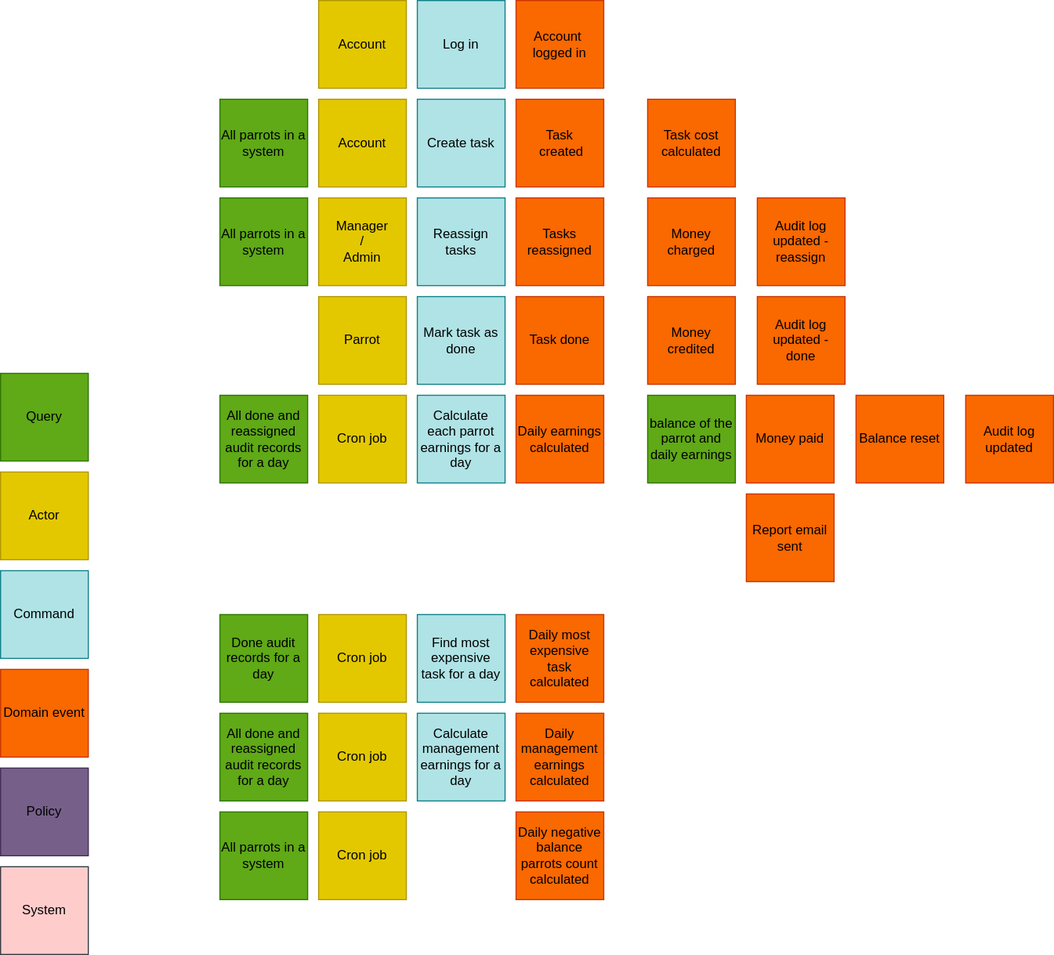
Above: diagrams/actors_commands.svg in stroykova/aTES (draw.io), before the change. Source tidied: cells renumbered, new cells last; positions are measured from the earlier drawing's top-left corner, leaving out a move shared by most shapes.
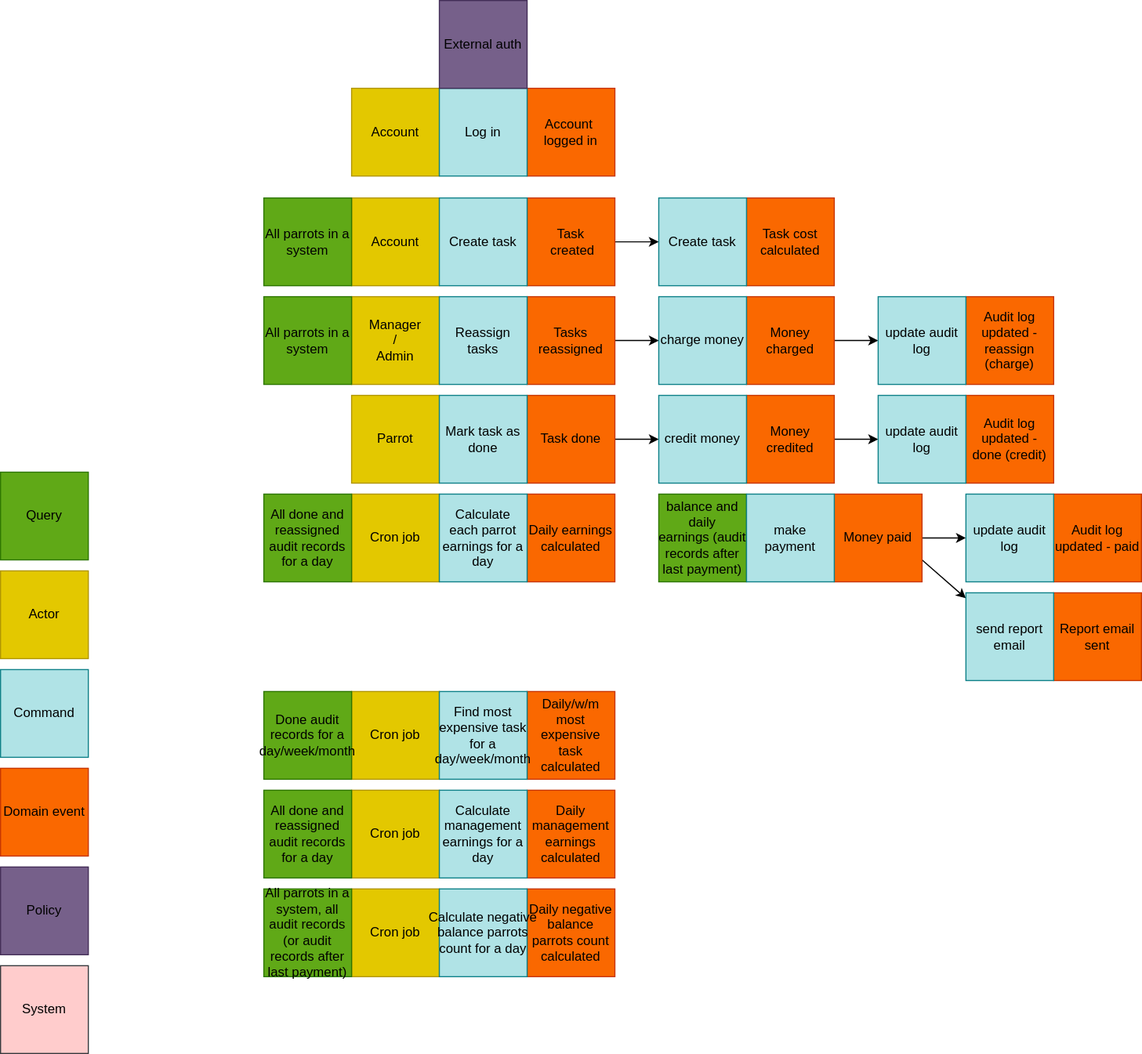
Above is the later version.

Commit message:
actors and commands diagram

Change to the diagram source:
```diff
@@ -21,121 +21,169 @@
       <mxGeometry y="790" width="80" height="80" as="geometry" />
     </mxCell>
     <mxCell id="8" value="Account&amp;nbsp; logged in" style="whiteSpace=wrap;html=1;fontColor=#000000;fillColor=#fa6800;strokeColor=#C73500;" parent="1" vertex="1">
-      <mxGeometry x="470" width="80" height="80" as="geometry" />
+      <mxGeometry x="480" y="-10" width="80" height="80" as="geometry" />
     </mxCell>
+    <mxCell id="47" style="edgeStyle=none;html=1;" parent="1" edge="1" source="9" target="56">
+      <mxGeometry relative="1" as="geometry" />
+    </mxCell>
     <mxCell id="9" value="Task&lt;br&gt;&amp;nbsp;created" style="whiteSpace=wrap;html=1;fontColor=#000000;fillColor=#fa6800;strokeColor=#C73500;" parent="1" vertex="1">
-      <mxGeometry x="470" y="90" width="80" height="80" as="geometry" />
+      <mxGeometry x="480" y="90" width="80" height="80" as="geometry" />
     </mxCell>
+    <mxCell id="48" style="edgeStyle=none;html=1;" parent="1" edge="1" source="10" target="57">
+      <mxGeometry relative="1" as="geometry" />
+    </mxCell>
     <mxCell id="10" value="Tasks reassigned" style="whiteSpace=wrap;html=1;fontColor=#000000;fillColor=#fa6800;strokeColor=#C73500;" parent="1" vertex="1">
-      <mxGeometry x="470" y="180" width="80" height="80" as="geometry" />
+      <mxGeometry x="480" y="180" width="80" height="80" as="geometry" />
     </mxCell>
+    <mxCell id="49" style="edgeStyle=none;html=1;" parent="1" edge="1" source="11" target="59">
+      <mxGeometry relative="1" as="geometry" />
+    </mxCell>
     <mxCell id="11" value="Task done" style="whiteSpace=wrap;html=1;fontColor=#000000;fillColor=#fa6800;strokeColor=#C73500;" parent="1" vertex="1">
-      <mxGeometry x="470" y="270" width="80" height="80" as="geometry" />
+      <mxGeometry x="480" y="270" width="80" height="80" as="geometry" />
     </mxCell>
     <mxCell id="12" value="Task cost calculated" style="whiteSpace=wrap;html=1;fontColor=#000000;fillColor=#fa6800;strokeColor=#C73500;" parent="1" vertex="1">
-      <mxGeometry x="590" y="90" width="80" height="80" as="geometry" />
+      <mxGeometry x="680" y="90" width="80" height="80" as="geometry" />
     </mxCell>
+    <mxCell id="50" style="edgeStyle=none;html=1;" parent="1" edge="1" source="13" target="58">
+      <mxGeometry relative="1" as="geometry" />
+    </mxCell>
     <mxCell id="13" value="Money charged" style="whiteSpace=wrap;html=1;fontColor=#000000;fillColor=#fa6800;strokeColor=#C73500;" parent="1" vertex="1">
-      <mxGeometry x="590" y="180" width="80" height="80" as="geometry" />
+      <mxGeometry x="680" y="180" width="80" height="80" as="geometry" />
     </mxCell>
+    <mxCell id="51" style="edgeStyle=none;html=1;" parent="1" edge="1" source="14" target="60">
+      <mxGeometry relative="1" as="geometry" />
+    </mxCell>
     <mxCell id="14" value="Money credited" style="whiteSpace=wrap;html=1;fontColor=#000000;fillColor=#fa6800;strokeColor=#C73500;" parent="1" vertex="1">
-      <mxGeometry x="590" y="270" width="80" height="80" as="geometry" />
+      <mxGeometry x="680" y="270" width="80" height="80" as="geometry" />
     </mxCell>
     <mxCell id="15" value="Daily earnings calculated" style="whiteSpace=wrap;html=1;fontColor=#000000;fillColor=#fa6800;strokeColor=#C73500;" parent="1" vertex="1">
-      <mxGeometry x="470" y="360" width="80" height="80" as="geometry" />
+      <mxGeometry x="480" y="360" width="80" height="80" as="geometry" />
     </mxCell>
     <mxCell id="16" value="Report email sent" style="whiteSpace=wrap;html=1;fontColor=#000000;fillColor=#fa6800;strokeColor=#C73500;" parent="1" vertex="1">
-      <mxGeometry x="680" y="450" width="80" height="80" as="geometry" />
+      <mxGeometry x="960" y="450" width="80" height="80" as="geometry" />
     </mxCell>
-    <mxCell id="17" value="Balance reset" style="whiteSpace=wrap;html=1;fontColor=#000000;fillColor=#fa6800;strokeColor=#C73500;" parent="1" vertex="1">
-      <mxGeometry x="780" y="360" width="80" height="80" as="geometry" />
-    </mxCell>
+    <mxCell id="52" style="edgeStyle=none;html=1;" parent="1" edge="1" source="18" target="62">
+      <mxGeometry relative="1" as="geometry" />
+    </mxCell>
+    <mxCell id="53" style="edgeStyle=none;html=1;exitX=1;exitY=0.75;exitDx=0;exitDy=0;" parent="1" edge="1" source="18" target="63">
+      <mxGeometry relative="1" as="geometry" />
+    </mxCell>
     <mxCell id="18" value="Money paid" style="whiteSpace=wrap;html=1;fontColor=#000000;fillColor=#fa6800;strokeColor=#C73500;" parent="1" vertex="1">
-      <mxGeometry x="680" y="360" width="80" height="80" as="geometry" />
+      <mxGeometry x="760" y="360" width="80" height="80" as="geometry" />
     </mxCell>
-    <mxCell id="19" value="Audit log updated" style="whiteSpace=wrap;html=1;fontColor=#000000;fillColor=#fa6800;strokeColor=#C73500;" parent="1" vertex="1">
-      <mxGeometry x="880" y="360" width="80" height="80" as="geometry" />
+    <mxCell id="19" value="Audit log updated - paid" style="whiteSpace=wrap;html=1;fontColor=#000000;fillColor=#fa6800;strokeColor=#C73500;" parent="1" vertex="1">
+      <mxGeometry x="960" y="360" width="80" height="80" as="geometry" />
     </mxCell>
     <mxCell id="20" value="Daily management earnings calculated" style="whiteSpace=wrap;html=1;fontColor=#000000;fillColor=#fa6800;strokeColor=#C73500;" parent="1" vertex="1">
-      <mxGeometry x="470" y="650" width="80" height="80" as="geometry" />
+      <mxGeometry x="480" y="630" width="80" height="80" as="geometry" />
     </mxCell>
     <mxCell id="21" value="Daily negative balance parrots count calculated" style="whiteSpace=wrap;html=1;fontColor=#000000;fillColor=#fa6800;strokeColor=#C73500;" parent="1" vertex="1">
-      <mxGeometry x="470" y="740" width="80" height="80" as="geometry" />
+      <mxGeometry x="480" y="720" width="80" height="80" as="geometry" />
     </mxCell>
-    <mxCell id="22" value="Daily most expensive task calculated" style="whiteSpace=wrap;html=1;fontColor=#000000;fillColor=#fa6800;strokeColor=#C73500;" parent="1" vertex="1">
-      <mxGeometry x="470" y="560" width="80" height="80" as="geometry" />
+    <mxCell id="22" value="Daily/w/m most expensive task calculated" style="whiteSpace=wrap;html=1;fontColor=#000000;fillColor=#fa6800;strokeColor=#C73500;" parent="1" vertex="1">
+      <mxGeometry x="480" y="540" width="80" height="80" as="geometry" />
     </mxCell>
     <mxCell id="23" value="Account" style="whiteSpace=wrap;html=1;fillColor=#e3c800;fontColor=#000000;strokeColor=#B09500;" parent="1" vertex="1">
-      <mxGeometry x="290" width="80" height="80" as="geometry" />
+      <mxGeometry x="320" y="-10" width="80" height="80" as="geometry" />
     </mxCell>
     <mxCell id="24" value="&lt;font color=&quot;#000000&quot;&gt;Log in&lt;/font&gt;" style="whiteSpace=wrap;html=1;fillColor=#b0e3e6;strokeColor=#0e8088;" parent="1" vertex="1">
-      <mxGeometry x="380" width="80" height="80" as="geometry" />
+      <mxGeometry x="400" y="-10" width="80" height="80" as="geometry" />
     </mxCell>
     <mxCell id="25" value="Account" style="whiteSpace=wrap;html=1;fillColor=#e3c800;fontColor=#000000;strokeColor=#B09500;" parent="1" vertex="1">
-      <mxGeometry x="290" y="90" width="80" height="80" as="geometry" />
+      <mxGeometry x="320" y="90" width="80" height="80" as="geometry" />
     </mxCell>
     <mxCell id="26" value="&lt;font color=&quot;#000000&quot;&gt;Create task&lt;/font&gt;" style="whiteSpace=wrap;html=1;fillColor=#b0e3e6;strokeColor=#0e8088;" parent="1" vertex="1">
-      <mxGeometry x="380" y="90" width="80" height="80" as="geometry" />
+      <mxGeometry x="400" y="90" width="80" height="80" as="geometry" />
     </mxCell>
     <mxCell id="27" value="&lt;font color=&quot;#000000&quot;&gt;All parrots in a system&lt;/font&gt;" style="whiteSpace=wrap;html=1;fillColor=#60a917;fontColor=#ffffff;strokeColor=#2D7600;" parent="1" vertex="1">
-      <mxGeometry x="200" y="90" width="80" height="80" as="geometry" />
+      <mxGeometry x="240" y="90" width="80" height="80" as="geometry" />
     </mxCell>
     <mxCell id="28" value="Manager&lt;br&gt;/&lt;br&gt;Admin" style="whiteSpace=wrap;html=1;fillColor=#e3c800;fontColor=#000000;strokeColor=#B09500;" parent="1" vertex="1">
-      <mxGeometry x="290" y="180" width="80" height="80" as="geometry" />
+      <mxGeometry x="320" y="180" width="80" height="80" as="geometry" />
     </mxCell>
     <mxCell id="29" value="&lt;font color=&quot;#000000&quot;&gt;Reassign tasks&lt;/font&gt;" style="whiteSpace=wrap;html=1;fillColor=#b0e3e6;strokeColor=#0e8088;" parent="1" vertex="1">
-      <mxGeometry x="380" y="180" width="80" height="80" as="geometry" />
+      <mxGeometry x="400" y="180" width="80" height="80" as="geometry" />
     </mxCell>
     <mxCell id="30" value="&lt;font color=&quot;#000000&quot;&gt;All parrots in a system&lt;/font&gt;" style="whiteSpace=wrap;html=1;fillColor=#60a917;fontColor=#ffffff;strokeColor=#2D7600;" parent="1" vertex="1">
-      <mxGeometry x="200" y="180" width="80" height="80" as="geometry" />
+      <mxGeometry x="240" y="180" width="80" height="80" as="geometry" />
     </mxCell>
     <mxCell id="31" value="Parrot" style="whiteSpace=wrap;html=1;fillColor=#e3c800;fontColor=#000000;strokeColor=#B09500;" parent="1" vertex="1">
-      <mxGeometry x="290" y="270" width="80" height="80" as="geometry" />
+      <mxGeometry x="320" y="270" width="80" height="80" as="geometry" />
     </mxCell>
     <mxCell id="32" value="&lt;font color=&quot;#000000&quot;&gt;Mark task as done&lt;/font&gt;" style="whiteSpace=wrap;html=1;fillColor=#b0e3e6;strokeColor=#0e8088;" parent="1" vertex="1">
-      <mxGeometry x="380" y="270" width="80" height="80" as="geometry" />
+      <mxGeometry x="400" y="270" width="80" height="80" as="geometry" />
     </mxCell>
-    <mxCell id="33" value="Audit log updated - reassign" style="whiteSpace=wrap;html=1;fontColor=#000000;fillColor=#fa6800;strokeColor=#C73500;" parent="1" vertex="1">
-      <mxGeometry x="690" y="180" width="80" height="80" as="geometry" />
+    <mxCell id="33" value="Audit log updated - reassign (charge)" style="whiteSpace=wrap;html=1;fontColor=#000000;fillColor=#fa6800;strokeColor=#C73500;" parent="1" vertex="1">
+      <mxGeometry x="880" y="180" width="80" height="80" as="geometry" />
     </mxCell>
-    <mxCell id="34" value="Audit log updated - done" style="whiteSpace=wrap;html=1;fontColor=#000000;fillColor=#fa6800;strokeColor=#C73500;" parent="1" vertex="1">
-      <mxGeometry x="690" y="270" width="80" height="80" as="geometry" />
+    <mxCell id="34" value="Audit log updated - done (credit)" style="whiteSpace=wrap;html=1;fontColor=#000000;fillColor=#fa6800;strokeColor=#C73500;" parent="1" vertex="1">
+      <mxGeometry x="880" y="270" width="80" height="80" as="geometry" />
     </mxCell>
     <mxCell id="35" value="Cron job" style="whiteSpace=wrap;html=1;fillColor=#e3c800;fontColor=#000000;strokeColor=#B09500;" parent="1" vertex="1">
-      <mxGeometry x="290" y="650" width="80" height="80" as="geometry" />
+      <mxGeometry x="320" y="630" width="80" height="80" as="geometry" />
     </mxCell>
     <mxCell id="36" value="Cron job" style="whiteSpace=wrap;html=1;fillColor=#e3c800;fontColor=#000000;strokeColor=#B09500;" parent="1" vertex="1">
-      <mxGeometry x="290" y="560" width="80" height="80" as="geometry" />
+      <mxGeometry x="320" y="540" width="80" height="80" as="geometry" />
     </mxCell>
     <mxCell id="37" value="Cron job" style="whiteSpace=wrap;html=1;fillColor=#e3c800;fontColor=#000000;strokeColor=#B09500;" parent="1" vertex="1">
-      <mxGeometry x="290" y="740" width="80" height="80" as="geometry" />
+      <mxGeometry x="320" y="720" width="80" height="80" as="geometry" />
     </mxCell>
-    <mxCell id="38" value="&lt;span style=&quot;color: rgb(0, 0, 0);&quot;&gt;Done audit records for a day&lt;/span&gt;" style="whiteSpace=wrap;html=1;fillColor=#60a917;fontColor=#ffffff;strokeColor=#2D7600;" parent="1" vertex="1">
-      <mxGeometry x="200" y="560" width="80" height="80" as="geometry" />
+    <mxCell id="38" value="&lt;span style=&quot;color: rgb(0, 0, 0);&quot;&gt;Done audit records for a day/week/month&lt;/span&gt;" style="whiteSpace=wrap;html=1;fillColor=#60a917;fontColor=#ffffff;strokeColor=#2D7600;" parent="1" vertex="1">
+      <mxGeometry x="240" y="540" width="80" height="80" as="geometry" />
     </mxCell>
-    <mxCell id="39" value="&lt;font color=&quot;#000000&quot;&gt;Find most expensive task for a day&lt;/font&gt;" style="whiteSpace=wrap;html=1;fillColor=#b0e3e6;strokeColor=#0e8088;" parent="1" vertex="1">
-      <mxGeometry x="380" y="560" width="80" height="80" as="geometry" />
+    <mxCell id="39" value="&lt;font color=&quot;#000000&quot;&gt;Find most expensive task for a day/week/month&lt;/font&gt;" style="whiteSpace=wrap;html=1;fillColor=#b0e3e6;strokeColor=#0e8088;" parent="1" vertex="1">
+      <mxGeometry x="400" y="540" width="80" height="80" as="geometry" />
     </mxCell>
     <mxCell id="40" value="&lt;font color=&quot;#000000&quot;&gt;All done and reassigned audit records for a day&lt;/font&gt;" style="whiteSpace=wrap;html=1;fillColor=#60a917;fontColor=#ffffff;strokeColor=#2D7600;" parent="1" vertex="1">
-      <mxGeometry x="200" y="650" width="80" height="80" as="geometry" />
+      <mxGeometry x="240" y="630" width="80" height="80" as="geometry" />
     </mxCell>
     <mxCell id="41" value="&lt;font color=&quot;#000000&quot;&gt;Calculate management earnings for a day&lt;/font&gt;" style="whiteSpace=wrap;html=1;fillColor=#b0e3e6;strokeColor=#0e8088;" parent="1" vertex="1">
-      <mxGeometry x="380" y="650" width="80" height="80" as="geometry" />
+      <mxGeometry x="400" y="630" width="80" height="80" as="geometry" />
     </mxCell>
     <mxCell id="42" value="Cron job" style="whiteSpace=wrap;html=1;fillColor=#e3c800;fontColor=#000000;strokeColor=#B09500;" parent="1" vertex="1">
-      <mxGeometry x="290" y="360" width="80" height="80" as="geometry" />
+      <mxGeometry x="320" y="360" width="80" height="80" as="geometry" />
     </mxCell>
     <mxCell id="43" value="&lt;font color=&quot;#000000&quot;&gt;Calculate each parrot earnings for a day&lt;/font&gt;" style="whiteSpace=wrap;html=1;fillColor=#b0e3e6;strokeColor=#0e8088;" parent="1" vertex="1">
-      <mxGeometry x="380" y="360" width="80" height="80" as="geometry" />
+      <mxGeometry x="400" y="360" width="80" height="80" as="geometry" />
     </mxCell>
     <mxCell id="44" value="&lt;span style=&quot;color: rgb(0, 0, 0);&quot;&gt;All done and reassigned audit records for a day&lt;/span&gt;" style="whiteSpace=wrap;html=1;fillColor=#60a917;fontColor=#ffffff;strokeColor=#2D7600;" parent="1" vertex="1">
-      <mxGeometry x="200" y="360" width="80" height="80" as="geometry" />
+      <mxGeometry x="240" y="360" width="80" height="80" as="geometry" />
     </mxCell>
-    <mxCell id="45" value="&lt;font color=&quot;#000000&quot;&gt;All parrots in a system&lt;/font&gt;" style="whiteSpace=wrap;html=1;fillColor=#60a917;fontColor=#ffffff;strokeColor=#2D7600;" parent="1" vertex="1">
-      <mxGeometry x="200" y="740" width="80" height="80" as="geometry" />
+    <mxCell id="45" value="&lt;font color=&quot;#000000&quot;&gt;All parrots in a system, all audit records (or audit records after last payment)&lt;/font&gt;" style="whiteSpace=wrap;html=1;fillColor=#60a917;fontColor=#ffffff;strokeColor=#2D7600;" parent="1" vertex="1">
+      <mxGeometry x="240" y="720" width="80" height="80" as="geometry" />
     </mxCell>
-    <mxCell id="46" value="&lt;font color=&quot;#000000&quot;&gt;balance of the parrot and daily earnings&lt;/font&gt;" style="whiteSpace=wrap;html=1;fillColor=#60a917;fontColor=#ffffff;strokeColor=#2D7600;" parent="1" vertex="1">
-      <mxGeometry x="590" y="360" width="80" height="80" as="geometry" />
+    <mxCell id="46" value="&lt;font color=&quot;#000000&quot;&gt;balance and daily earnings&amp;nbsp;&lt;/font&gt;&lt;span style=&quot;color: rgb(0, 0, 0);&quot;&gt;(audit records after last payment)&lt;/span&gt;" style="whiteSpace=wrap;html=1;fillColor=#60a917;fontColor=#ffffff;strokeColor=#2D7600;" parent="1" vertex="1">
+      <mxGeometry x="600" y="360" width="80" height="80" as="geometry" />
     </mxCell>
+    <mxCell id="54" value="&lt;font color=&quot;#000000&quot;&gt;External auth&lt;/font&gt;" style="whiteSpace=wrap;html=1;fontColor=#ffffff;fillColor=#76608a;strokeColor=#432D57;" parent="1" vertex="1">
+      <mxGeometry x="400" y="-90" width="80" height="80" as="geometry" />
+    </mxCell>
+    <mxCell id="55" value="&lt;font color=&quot;#000000&quot;&gt;Calculate&amp;nbsp;&lt;/font&gt;&lt;span style=&quot;color: rgb(0, 0, 0);&quot;&gt;negative balance parrots count&lt;/span&gt;&lt;font color=&quot;#000000&quot;&gt;&amp;nbsp;for a day&lt;/font&gt;" style="whiteSpace=wrap;html=1;fillColor=#b0e3e6;strokeColor=#0e8088;" parent="1" vertex="1">
+      <mxGeometry x="400" y="720" width="80" height="80" as="geometry" />
+    </mxCell>
+    <mxCell id="56" value="&lt;font color=&quot;#000000&quot;&gt;Create task&lt;/font&gt;" style="whiteSpace=wrap;html=1;fillColor=#b0e3e6;strokeColor=#0e8088;" parent="1" vertex="1">
+      <mxGeometry x="600" y="90" width="80" height="80" as="geometry" />
+    </mxCell>
+    <mxCell id="57" value="&lt;font color=&quot;#000000&quot;&gt;charge money&lt;/font&gt;" style="whiteSpace=wrap;html=1;fillColor=#b0e3e6;strokeColor=#0e8088;" parent="1" vertex="1">
+      <mxGeometry x="600" y="180" width="80" height="80" as="geometry" />
+    </mxCell>
+    <mxCell id="58" value="&lt;font color=&quot;#000000&quot;&gt;update audit log&lt;/font&gt;" style="whiteSpace=wrap;html=1;fillColor=#b0e3e6;strokeColor=#0e8088;" parent="1" vertex="1">
+      <mxGeometry x="800" y="180" width="80" height="80" as="geometry" />
+    </mxCell>
+    <mxCell id="59" value="&lt;font color=&quot;#000000&quot;&gt;credit money&lt;/font&gt;" style="whiteSpace=wrap;html=1;fillColor=#b0e3e6;strokeColor=#0e8088;" parent="1" vertex="1">
+      <mxGeometry x="600" y="270" width="80" height="80" as="geometry" />
+    </mxCell>
+    <mxCell id="60" value="&lt;font color=&quot;#000000&quot;&gt;update audit log&lt;/font&gt;" style="whiteSpace=wrap;html=1;fillColor=#b0e3e6;strokeColor=#0e8088;" parent="1" vertex="1">
+      <mxGeometry x="800" y="270" width="80" height="80" as="geometry" />
+    </mxCell>
+    <mxCell id="61" value="&lt;font color=&quot;#000000&quot;&gt;make payment&lt;/font&gt;" style="whiteSpace=wrap;html=1;fillColor=#b0e3e6;strokeColor=#0e8088;" parent="1" vertex="1">
+      <mxGeometry x="680" y="360" width="80" height="80" as="geometry" />
+    </mxCell>
+    <mxCell id="62" value="&lt;font color=&quot;#000000&quot;&gt;update audit log&lt;/font&gt;" style="whiteSpace=wrap;html=1;fillColor=#b0e3e6;strokeColor=#0e8088;" parent="1" vertex="1">
+      <mxGeometry x="880" y="360" width="80" height="80" as="geometry" />
+    </mxCell>
+    <mxCell id="63" value="&lt;font color=&quot;#000000&quot;&gt;send report email&lt;/font&gt;" style="whiteSpace=wrap;html=1;fillColor=#b0e3e6;strokeColor=#0e8088;" parent="1" vertex="1">
+      <mxGeometry x="880" y="450" width="80" height="80" as="geometry" />
+    </mxCell>
   </root>
 </mxGraphModel>
```
